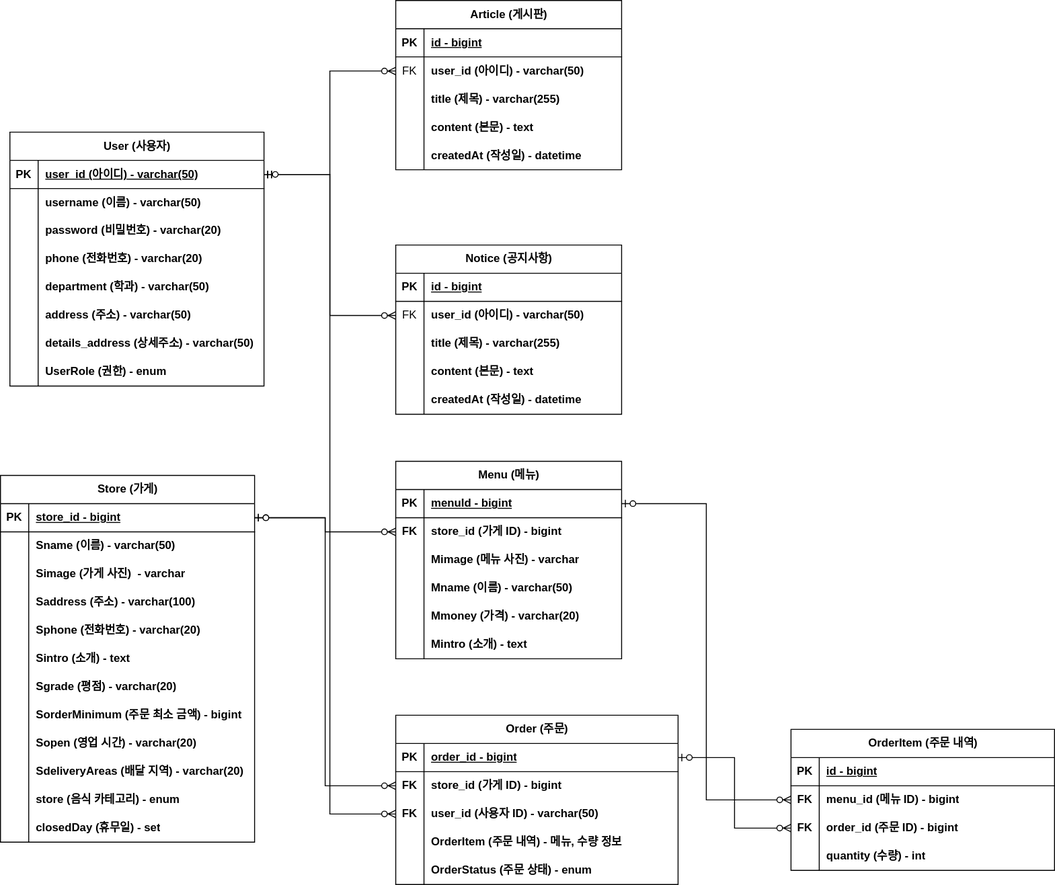
Before: document/ERD.svg, a diagram exported from draw.io (minju-sin/delivery). Source tidied: cells renumbered, new cells last; positions are measured from the earlier drawing's top-left corner, leaving out a move shared by most shapes.
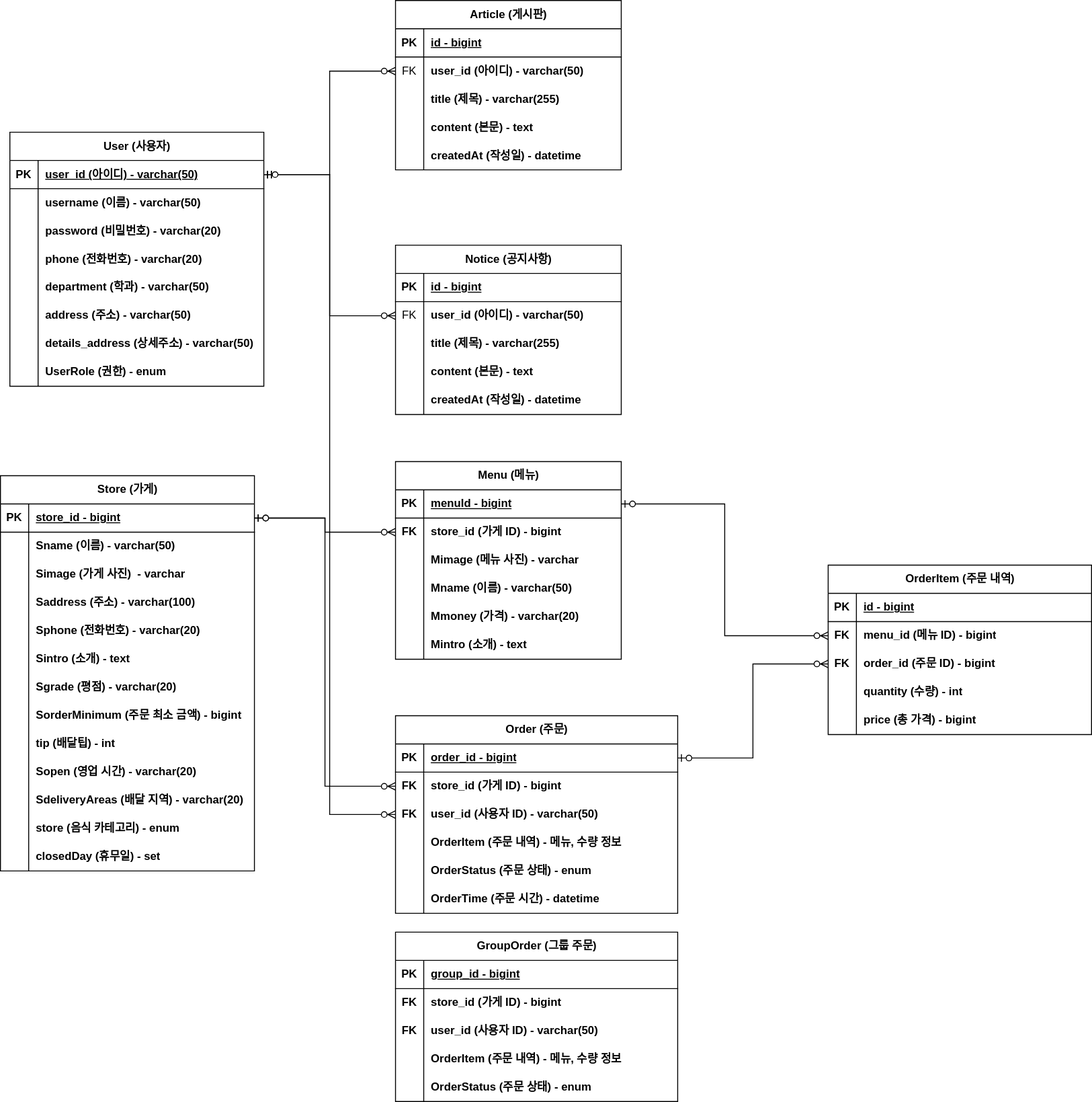
After the change.

The edit, as a diff of the source:
```diff
@@ -180,7 +180,7 @@
       <mxGeometry relative="1" as="geometry" />
     </mxCell>
     <mxCell id="61" value="Store (가게)" style="shape=table;startSize=30;rowLines=0;fontStyle=1;align=center;html=1;" parent="1" vertex="1">
-      <mxGeometry y="505" width="270" height="390" as="geometry" />
+      <mxGeometry y="505" width="270" height="420" as="geometry" />
     </mxCell>
     <mxCell id="62" style="shape=tableRow;horizontal=0;startSize=0;swimlaneHead=0;swimlaneBody=0;fillColor=none;points=[[0,0.5],[1,0.5]];portConstraint=eastwest;top=0;left=0;right=0;bottom=1;" parent="61" vertex="1">
       <mxGeometry y="30" width="270" height="30" as="geometry" />
@@ -254,8 +254,17 @@
     <mxCell id="85" value="SorderMinimum (주문 최소 금액) - bigint" style="shape=partialRectangle;fillColor=none;top=0;left=0;bottom=0;right=0;align=left;spacingLeft=6;overflow=hidden;whiteSpace=wrap;html=1;fontStyle=1;" parent="83" vertex="1">
       <mxGeometry x="30" width="240" height="30" as="geometry" />
     </mxCell>
+    <mxCell id="151" style="shape=tableRow;horizontal=0;startSize=0;swimlaneHead=0;swimlaneBody=0;fillColor=none;top=0;left=0;right=0;bottom=0;" parent="61" vertex="1">
+      <mxGeometry y="270" width="270" height="30" as="geometry" />
+    </mxCell>
+    <mxCell id="152" style="shape=partialRectangle;fillColor=none;top=0;left=0;bottom=0;right=0;overflow=hidden;whiteSpace=wrap;html=1;" parent="151" vertex="1">
+      <mxGeometry width="30" height="30" as="geometry" />
+    </mxCell>
+    <mxCell id="153" value="tip (배달팁) - int" style="shape=partialRectangle;fillColor=none;top=0;left=0;bottom=0;right=0;align=left;spacingLeft=6;overflow=hidden;whiteSpace=wrap;html=1;fontStyle=1;" parent="151" vertex="1">
+      <mxGeometry x="30" width="240" height="30" as="geometry" />
+    </mxCell>
     <mxCell id="86" style="shape=tableRow;horizontal=0;startSize=0;swimlaneHead=0;swimlaneBody=0;fillColor=none;top=0;left=0;right=0;bottom=0;" parent="61" vertex="1">
-      <mxGeometry y="270" width="270" height="30" as="geometry" />
+      <mxGeometry y="300" width="270" height="30" as="geometry" />
     </mxCell>
     <mxCell id="87" style="shape=partialRectangle;fillColor=none;top=0;left=0;bottom=0;right=0;overflow=hidden;whiteSpace=wrap;html=1;" parent="86" vertex="1">
       <mxGeometry width="30" height="30" as="geometry" />
@@ -264,7 +273,7 @@
       <mxGeometry x="30" width="240" height="30" as="geometry" />
     </mxCell>
     <mxCell id="89" style="shape=tableRow;horizontal=0;startSize=0;swimlaneHead=0;swimlaneBody=0;fillColor=none;top=0;left=0;right=0;bottom=0;" parent="61" vertex="1">
-      <mxGeometry y="300" width="270" height="30" as="geometry" />
+      <mxGeometry y="330" width="270" height="30" as="geometry" />
     </mxCell>
     <mxCell id="90" style="shape=partialRectangle;fillColor=none;top=0;left=0;bottom=0;right=0;overflow=hidden;whiteSpace=wrap;html=1;" parent="89" vertex="1">
       <mxGeometry width="30" height="30" as="geometry" />
@@ -273,7 +282,7 @@
       <mxGeometry x="30" width="240" height="30" as="geometry" />
     </mxCell>
     <mxCell id="92" style="shape=tableRow;horizontal=0;startSize=0;swimlaneHead=0;swimlaneBody=0;fillColor=none;top=0;left=0;right=0;bottom=0;" parent="61" vertex="1">
-      <mxGeometry y="330" width="270" height="30" as="geometry" />
+      <mxGeometry y="360" width="270" height="30" as="geometry" />
     </mxCell>
     <mxCell id="93" style="shape=partialRectangle;fillColor=none;top=0;left=0;bottom=0;right=0;overflow=hidden;whiteSpace=wrap;html=1;" parent="92" vertex="1">
       <mxGeometry width="30" height="30" as="geometry" />
@@ -282,7 +291,7 @@
       <mxGeometry x="30" width="240" height="30" as="geometry" />
     </mxCell>
     <mxCell id="95" style="shape=tableRow;horizontal=0;startSize=0;swimlaneHead=0;swimlaneBody=0;fillColor=none;top=0;left=0;right=0;bottom=0;" parent="61" vertex="1">
-      <mxGeometry y="360" width="270" height="30" as="geometry" />
+      <mxGeometry y="390" width="270" height="30" as="geometry" />
     </mxCell>
     <mxCell id="96" style="shape=partialRectangle;fillColor=none;top=0;left=0;bottom=0;right=0;overflow=hidden;whiteSpace=wrap;html=1;" parent="95" vertex="1">
       <mxGeometry width="30" height="30" as="geometry" />
@@ -348,7 +357,7 @@
       <mxGeometry x="30" width="210" height="30" as="geometry" />
     </mxCell>
     <mxCell id="117" value="&lt;b&gt;Order (주문)&lt;/b&gt;" style="shape=table;startSize=30;rowLines=0;fontStyle=0;align=center;html=1;" parent="1" vertex="1">
-      <mxGeometry x="420" y="760" width="300" height="180" as="geometry" />
+      <mxGeometry x="420" y="760" width="300" height="210" as="geometry" />
     </mxCell>
     <mxCell id="118" style="shape=tableRow;horizontal=0;startSize=0;swimlaneHead=0;swimlaneBody=0;fillColor=none;points=[[0,0.5],[1,0.5]];portConstraint=eastwest;top=0;left=0;right=0;bottom=1;" parent="117" vertex="1">
       <mxGeometry y="30" width="300" height="30" as="geometry" />
@@ -395,8 +404,17 @@
     <mxCell id="132" value="OrderStatus (주문 상태) - enum" style="shape=partialRectangle;fillColor=none;top=0;left=0;bottom=0;right=0;align=left;spacingLeft=6;overflow=hidden;whiteSpace=wrap;html=1;fontStyle=1;" parent="130" vertex="1">
       <mxGeometry x="30" width="270" height="30" as="geometry" />
     </mxCell>
+    <mxCell id="154" style="shape=tableRow;horizontal=0;startSize=0;swimlaneHead=0;swimlaneBody=0;fillColor=none;top=0;left=0;right=0;bottom=0;fontStyle=1;" parent="117" vertex="1">
+      <mxGeometry y="180" width="300" height="30" as="geometry" />
+    </mxCell>
+    <mxCell id="155" style="shape=partialRectangle;fillColor=none;top=0;left=0;bottom=0;right=0;overflow=hidden;whiteSpace=wrap;html=1;" parent="154" vertex="1">
+      <mxGeometry width="30" height="30" as="geometry" />
+    </mxCell>
+    <mxCell id="156" value="OrderTime (주문 시간) - datetime" style="shape=partialRectangle;fillColor=none;top=0;left=0;bottom=0;right=0;align=left;spacingLeft=6;overflow=hidden;whiteSpace=wrap;html=1;fontStyle=1;" parent="154" vertex="1">
+      <mxGeometry x="30" width="270" height="30" as="geometry" />
+    </mxCell>
     <mxCell id="133" value="&lt;b&gt;OrderItem (주문 내역)&lt;/b&gt;" style="shape=table;startSize=30;rowLines=0;fontStyle=0;align=center;html=1;" parent="1" vertex="1">
-      <mxGeometry x="840" y="775" width="280" height="150" as="geometry" />
+      <mxGeometry x="880" y="600" width="280" height="180" as="geometry" />
     </mxCell>
     <mxCell id="134" style="shape=tableRow;horizontal=0;startSize=0;swimlaneHead=0;swimlaneBody=0;fillColor=none;top=0;left=0;right=0;bottom=1;" parent="133" vertex="1">
       <mxGeometry y="30" width="280" height="30" as="geometry" />
@@ -434,6 +452,15 @@
     <mxCell id="145" value="quantity (수량) - int" style="shape=partialRectangle;fillColor=none;top=0;left=0;bottom=0;right=0;align=left;spacingLeft=6;overflow=hidden;whiteSpace=wrap;html=1;fontStyle=1;" parent="143" vertex="1">
       <mxGeometry x="30" width="250" height="30" as="geometry" />
     </mxCell>
+    <mxCell id="157" style="shape=tableRow;horizontal=0;startSize=0;swimlaneHead=0;swimlaneBody=0;fillColor=none;top=0;left=0;right=0;bottom=0;fontStyle=1;" parent="133" vertex="1">
+      <mxGeometry y="150" width="280" height="30" as="geometry" />
+    </mxCell>
+    <mxCell id="158" style="shape=partialRectangle;fillColor=none;top=0;left=0;bottom=0;right=0;overflow=hidden;whiteSpace=wrap;html=1;" parent="157" vertex="1">
+      <mxGeometry width="30" height="30" as="geometry" />
+    </mxCell>
+    <mxCell id="159" value="price (총 가격) - bigint" style="shape=partialRectangle;fillColor=none;top=0;left=0;bottom=0;right=0;align=left;spacingLeft=6;overflow=hidden;whiteSpace=wrap;html=1;fontStyle=1;" parent="157" vertex="1">
+      <mxGeometry x="30" width="250" height="30" as="geometry" />
+    </mxCell>
     <mxCell id="146" style="edgeStyle=orthogonalEdgeStyle;fontSize=12;html=1;endArrow=ERzeroToMany;startArrow=ERzeroToOne;rounded=0;exitX=1;exitY=0.5;exitDx=0;exitDy=0;entryX=0;entryY=0.5;entryDx=0;entryDy=0;" parent="1" edge="1" source="62" target="102">
       <mxGeometry relative="1" as="geometry" />
     </mxCell>
@@ -449,5 +476,53 @@
     <mxCell id="150" style="edgeStyle=orthogonalEdgeStyle;fontSize=12;html=1;endArrow=ERzeroToMany;startArrow=ERzeroToOne;rounded=0;exitX=1;exitY=0.5;exitDx=0;exitDy=0;entryX=0;entryY=0.5;entryDx=0;entryDy=0;" parent="1" edge="1" source="99" target="137">
       <mxGeometry relative="1" as="geometry" />
     </mxCell>
+    <mxCell id="160" value="&lt;b&gt;GroupOrder (그룹 주문)&lt;/b&gt;" style="shape=table;startSize=30;rowLines=0;fontStyle=0;align=center;html=1;" parent="1" vertex="1">
+      <mxGeometry x="420" y="990" width="300" height="180" as="geometry" />
+    </mxCell>
+    <mxCell id="161" style="shape=tableRow;horizontal=0;startSize=0;swimlaneHead=0;swimlaneBody=0;fillColor=none;top=0;left=0;right=0;bottom=1;" parent="160" vertex="1">
+      <mxGeometry y="30" width="300" height="30" as="geometry" />
+    </mxCell>
+    <mxCell id="162" value="PK" style="shape=partialRectangle;fillColor=none;top=0;left=0;bottom=0;right=0;fontStyle=1;overflow=hidden;whiteSpace=wrap;html=1;" parent="161" vertex="1">
+      <mxGeometry width="30" height="30" as="geometry" />
+    </mxCell>
+    <mxCell id="163" value="group_id - bigint" style="shape=partialRectangle;fillColor=none;top=0;left=0;bottom=0;right=0;align=left;spacingLeft=6;fontStyle=5;overflow=hidden;whiteSpace=wrap;html=1;" parent="161" vertex="1">
+      <mxGeometry x="30" width="270" height="30" as="geometry" />
+    </mxCell>
+    <mxCell id="164" style="shape=tableRow;horizontal=0;startSize=0;swimlaneHead=0;swimlaneBody=0;fillColor=none;top=0;left=0;right=0;bottom=0;" parent="160" vertex="1">
+      <mxGeometry y="60" width="300" height="30" as="geometry" />
+    </mxCell>
+    <mxCell id="165" value="&lt;b&gt;FK&lt;/b&gt;" style="shape=partialRectangle;fillColor=none;top=0;left=0;bottom=0;right=0;overflow=hidden;whiteSpace=wrap;html=1;" parent="164" vertex="1">
+      <mxGeometry width="30" height="30" as="geometry" />
+    </mxCell>
+    <mxCell id="166" value="store_id (가게 ID) - bigint" style="shape=partialRectangle;fillColor=none;top=0;left=0;bottom=0;right=0;align=left;spacingLeft=6;overflow=hidden;whiteSpace=wrap;html=1;fontStyle=1;" parent="164" vertex="1">
+      <mxGeometry x="30" width="270" height="30" as="geometry" />
+    </mxCell>
+    <mxCell id="167" style="shape=tableRow;horizontal=0;startSize=0;swimlaneHead=0;swimlaneBody=0;fillColor=none;top=0;left=0;right=0;bottom=0;" parent="160" vertex="1">
+      <mxGeometry y="90" width="300" height="30" as="geometry" />
+    </mxCell>
+    <mxCell id="168" value="FK" style="shape=partialRectangle;fillColor=none;top=0;left=0;bottom=0;right=0;overflow=hidden;whiteSpace=wrap;html=1;fontStyle=1;" parent="167" vertex="1">
+      <mxGeometry width="30" height="30" as="geometry" />
+    </mxCell>
+    <mxCell id="169" value="user_id (사용자 ID) - varchar(50)" style="shape=partialRectangle;fillColor=none;top=0;left=0;bottom=0;right=0;align=left;spacingLeft=6;overflow=hidden;whiteSpace=wrap;html=1;fontStyle=1;" parent="167" vertex="1">
+      <mxGeometry x="30" width="270" height="30" as="geometry" />
+    </mxCell>
+    <mxCell id="170" style="shape=tableRow;horizontal=0;startSize=0;swimlaneHead=0;swimlaneBody=0;fillColor=none;top=0;left=0;right=0;bottom=0;fontStyle=1;" parent="160" vertex="1">
+      <mxGeometry y="120" width="300" height="30" as="geometry" />
+    </mxCell>
+    <mxCell id="171" style="shape=partialRectangle;fillColor=none;top=0;left=0;bottom=0;right=0;overflow=hidden;whiteSpace=wrap;html=1;" parent="170" vertex="1">
+      <mxGeometry width="30" height="30" as="geometry" />
+    </mxCell>
+    <mxCell id="172" value="OrderItem (주문 내역) - 메뉴, 수량 정보" style="shape=partialRectangle;fillColor=none;top=0;left=0;bottom=0;right=0;align=left;spacingLeft=6;overflow=hidden;whiteSpace=wrap;html=1;fontStyle=1;" parent="170" vertex="1">
+      <mxGeometry x="30" width="270" height="30" as="geometry" />
+    </mxCell>
+    <mxCell id="173" style="shape=tableRow;horizontal=0;startSize=0;swimlaneHead=0;swimlaneBody=0;fillColor=none;top=0;left=0;right=0;bottom=0;fontStyle=1;" parent="160" vertex="1">
+      <mxGeometry y="150" width="300" height="30" as="geometry" />
+    </mxCell>
+    <mxCell id="174" style="shape=partialRectangle;fillColor=none;top=0;left=0;bottom=0;right=0;overflow=hidden;whiteSpace=wrap;html=1;" parent="173" vertex="1">
+      <mxGeometry width="30" height="30" as="geometry" />
+    </mxCell>
+    <mxCell id="175" value="OrderStatus (주문 상태) - enum" style="shape=partialRectangle;fillColor=none;top=0;left=0;bottom=0;right=0;align=left;spacingLeft=6;overflow=hidden;whiteSpace=wrap;html=1;fontStyle=1;" parent="173" vertex="1">
+      <mxGeometry x="30" width="270" height="30" as="geometry" />
+    </mxCell>
   </root>
 </mxGraphModel>
```
